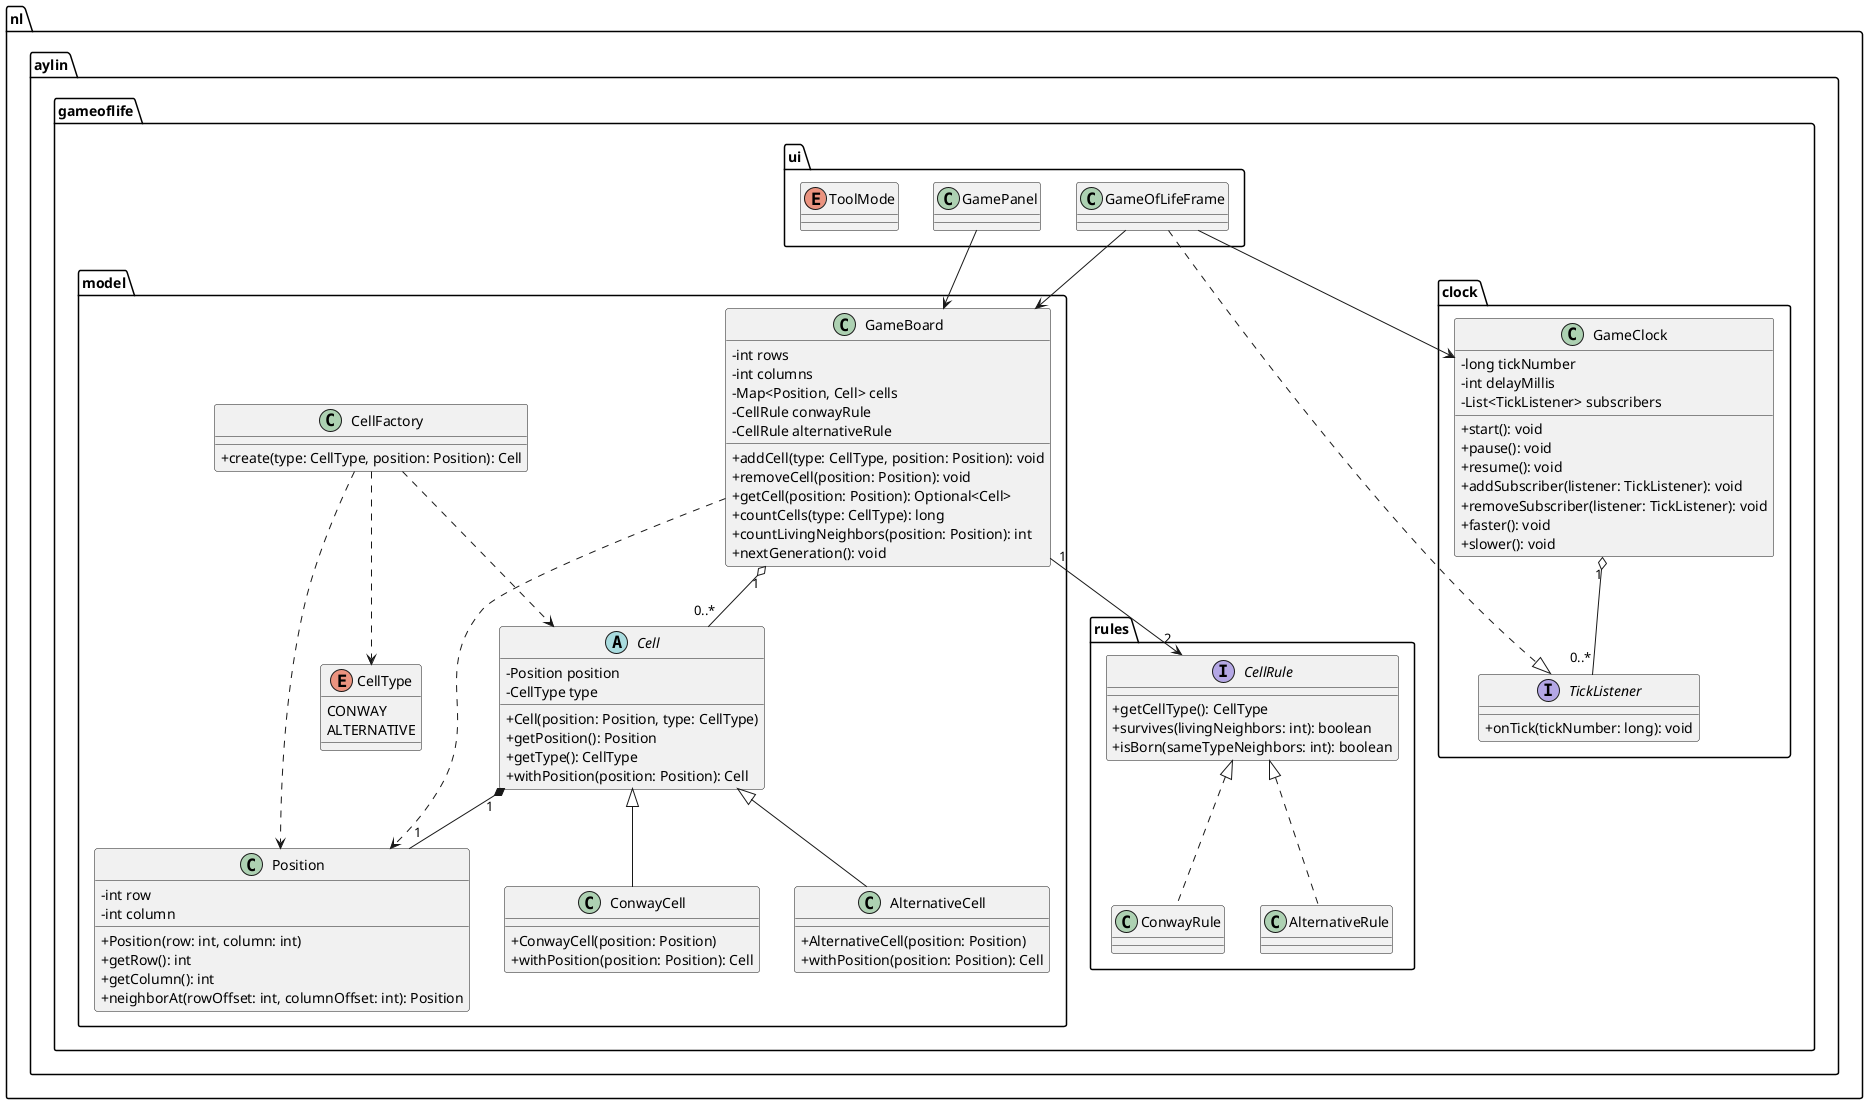
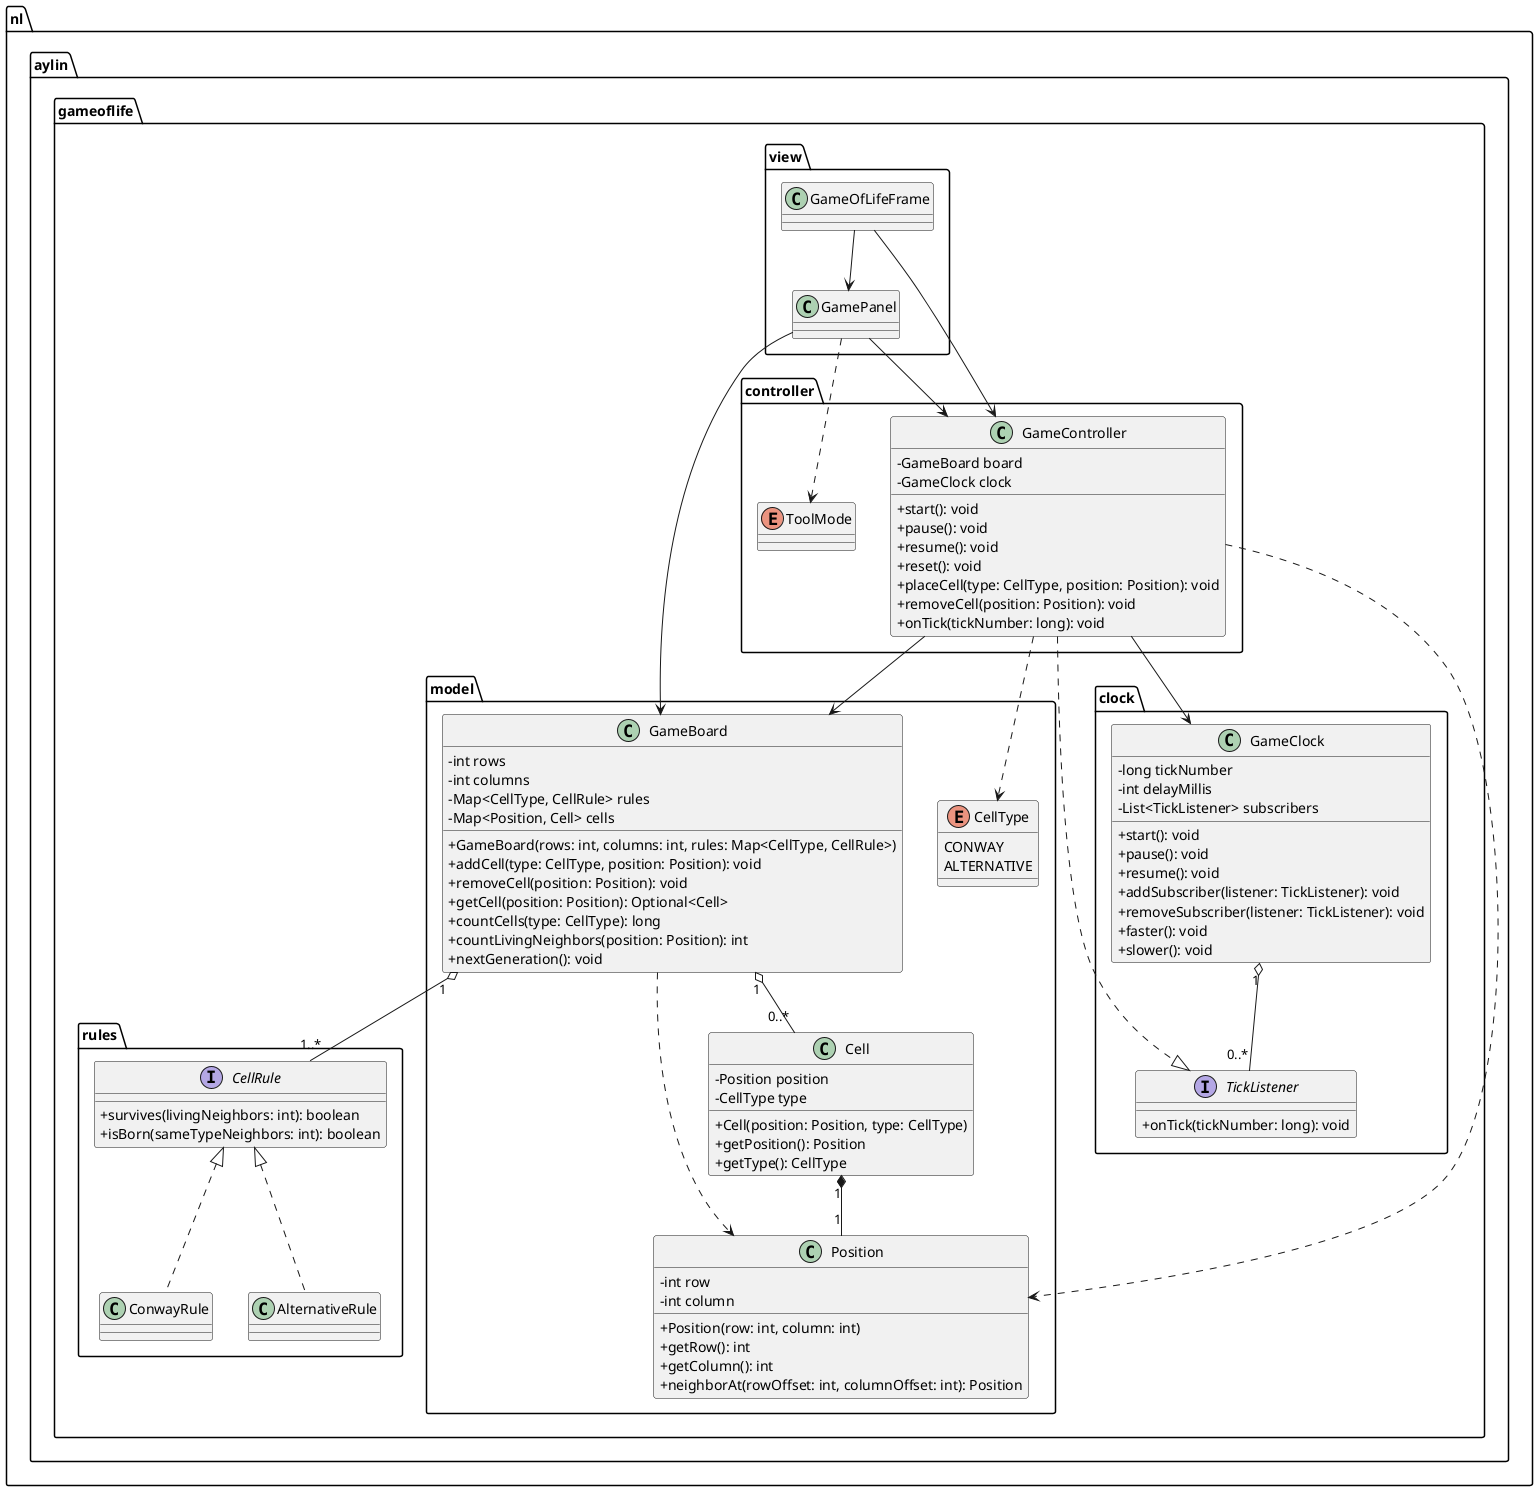
@startuml
skinparam classAttributeIconSize 0

package "nl.aylin.gameoflife.model" {
  enum CellType {
    CONWAY
    ALTERNATIVE
  }

  class Position {
    - int row
    - int column
    + Position(row: int, column: int)
    + getRow(): int
    + getColumn(): int
    + neighborAt(rowOffset: int, columnOffset: int): Position
  }

-   abstract class Cell {
+   class Cell {
    - Position position
    - CellType type
    + Cell(position: Position, type: CellType)
    + getPosition(): Position
    + getType(): CellType
-     + withPosition(position: Position): Cell
-   }
- 
-   class ConwayCell {
-     + ConwayCell(position: Position)
-     + withPosition(position: Position): Cell
-   }
- 
-   class AlternativeCell {
-     + AlternativeCell(position: Position)
-     + withPosition(position: Position): Cell
-   }
- 
-   class CellFactory {
-     + create(type: CellType, position: Position): Cell
  }

  class GameBoard {
    - int rows
    - int columns
+     - Map<CellType, CellRule> rules
    - Map<Position, Cell> cells
-     - CellRule conwayRule
-     - CellRule alternativeRule
+     + GameBoard(rows: int, columns: int, rules: Map<CellType, CellRule>)
    + addCell(type: CellType, position: Position): void
    + removeCell(position: Position): void
    + getCell(position: Position): Optional<Cell>
    + countCells(type: CellType): long
    + countLivingNeighbors(position: Position): int
    + nextGeneration(): void
  }
}

package "nl.aylin.gameoflife.rules" {
  interface CellRule {
-     + getCellType(): CellType
    + survives(livingNeighbors: int): boolean
    + isBorn(sameTypeNeighbors: int): boolean
  }

  class ConwayRule
  class AlternativeRule
}

package "nl.aylin.gameoflife.clock" {
  interface TickListener {
    + onTick(tickNumber: long): void
  }

  class GameClock {
    - long tickNumber
    - int delayMillis
    - List<TickListener> subscribers
    + start(): void
    + pause(): void
    + resume(): void
    + addSubscriber(listener: TickListener): void
    + removeSubscriber(listener: TickListener): void
    + faster(): void
    + slower(): void
  }
}

- package "nl.aylin.gameoflife.ui" {
+ package "nl.aylin.gameoflife.controller" {
+   enum ToolMode
+ 
+   class GameController {
+     - GameBoard board
+     - GameClock clock
+     + start(): void
+     + pause(): void
+     + resume(): void
+     + reset(): void
+     + placeCell(type: CellType, position: Position): void
+     + removeCell(position: Position): void
+     + onTick(tickNumber: long): void
+   }
+ }
+ 
+ package "nl.aylin.gameoflife.view" {
  class GameOfLifeFrame
  class GamePanel
-   enum ToolMode
}

- Cell <|-- ConwayCell
- Cell <|-- AlternativeCell
Cell "1" *-- "1" Position
- CellFactory ..> Cell
- CellFactory ..> CellType
- CellFactory ..> Position
GameBoard "1" o-- "0..*" Cell
+ GameBoard "1" o-- "1..*" CellRule
GameBoard ..> Position
- GameBoard "1" --> "2" CellRule
CellRule <|.. ConwayRule
CellRule <|.. AlternativeRule
GameClock "1" o-- "0..*" TickListener
- GameOfLifeFrame ..|> TickListener
- GameOfLifeFrame --> GameClock
- GameOfLifeFrame --> GameBoard
+ GameController ..|> TickListener
+ GameController --> GameClock
+ GameController --> GameBoard
+ GameController ..> Position
+ GameController ..> CellType
+ GamePanel --> GameController
GamePanel --> GameBoard
+ GamePanel ..> ToolMode
+ GameOfLifeFrame --> GameController
+ GameOfLifeFrame --> GamePanel

@enduml
